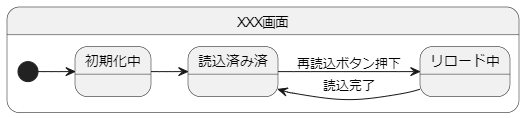
Above: documents/images/state_machine.png in njm-khaki/Simple-Pokedex (PlantUML), before the change. Its source is kept beside it as documents/uml/state_machine.pu.
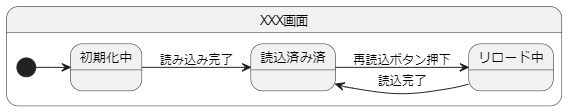
The same file after the commit.

Commit message:
状態遷移図の更新

What changed in the source:
```diff
@@ -3,7 +3,7 @@
 
 state XXX画面 {
     [*] -down-> 初期化中
-    初期化中 -down-> 読込済み済
+    初期化中 -down-> 読込済み済 : 読み込み完了
     読込済み済 -down-> リロード中 : 再読込ボタン押下
     リロード中 -down-> 読込済み済 : 読込完了
 }
```
